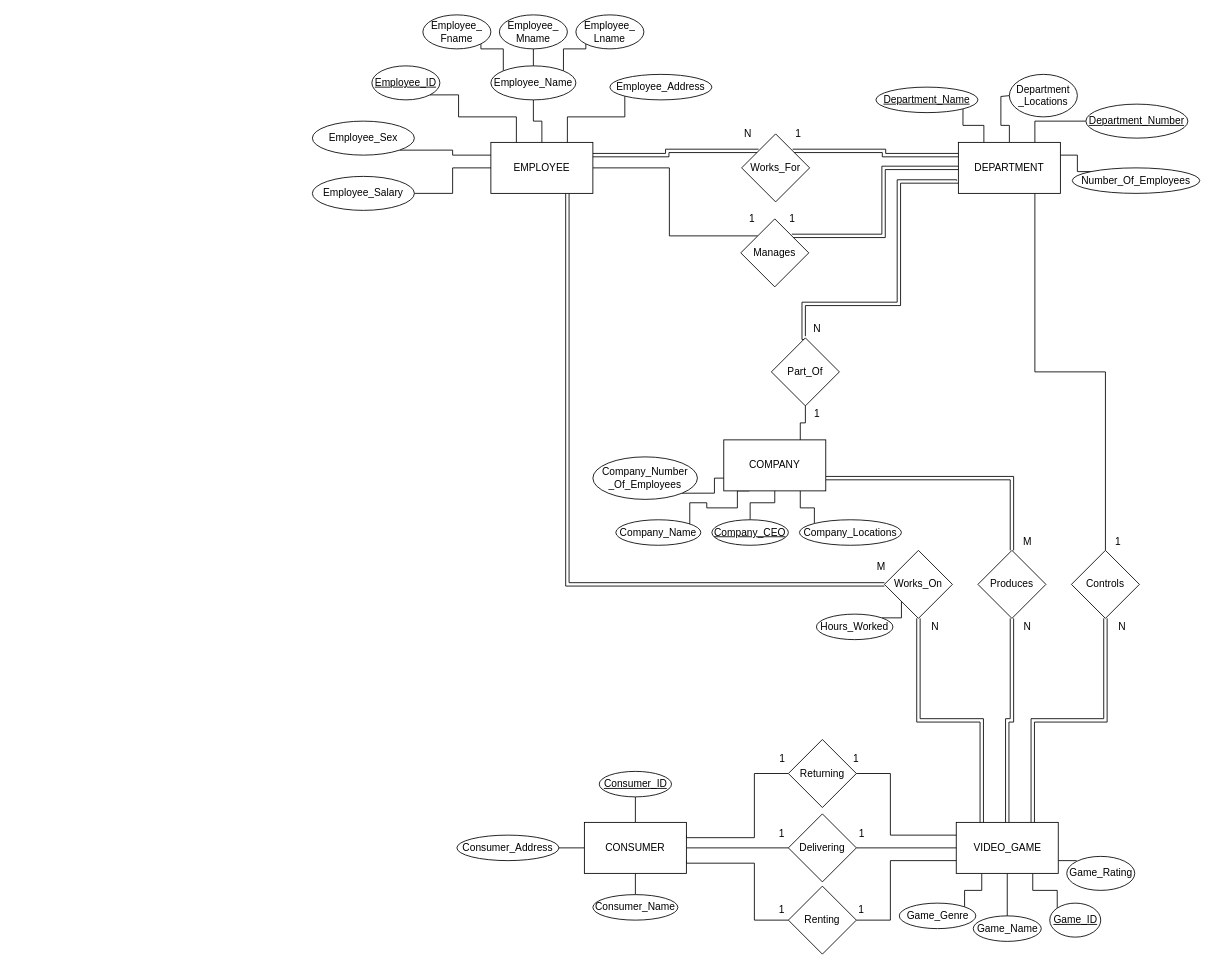
Above: page "ER_Diagram" (1 of 2) of Computer_Science_CS/4700_Database_Management/Database Management Project Enitity Relationship Diagram.drawio in CameronWFox/College_Courses (draw.io), before the change. Source tidied: cells renumbered, new cells numbered last; positions are measured from the earlier drawing's top-left corner, leaving out a move shared by most shapes. Both pictures are drawn from the tidied source at 85%, with x=0, y=0 at pixel (312, 14).
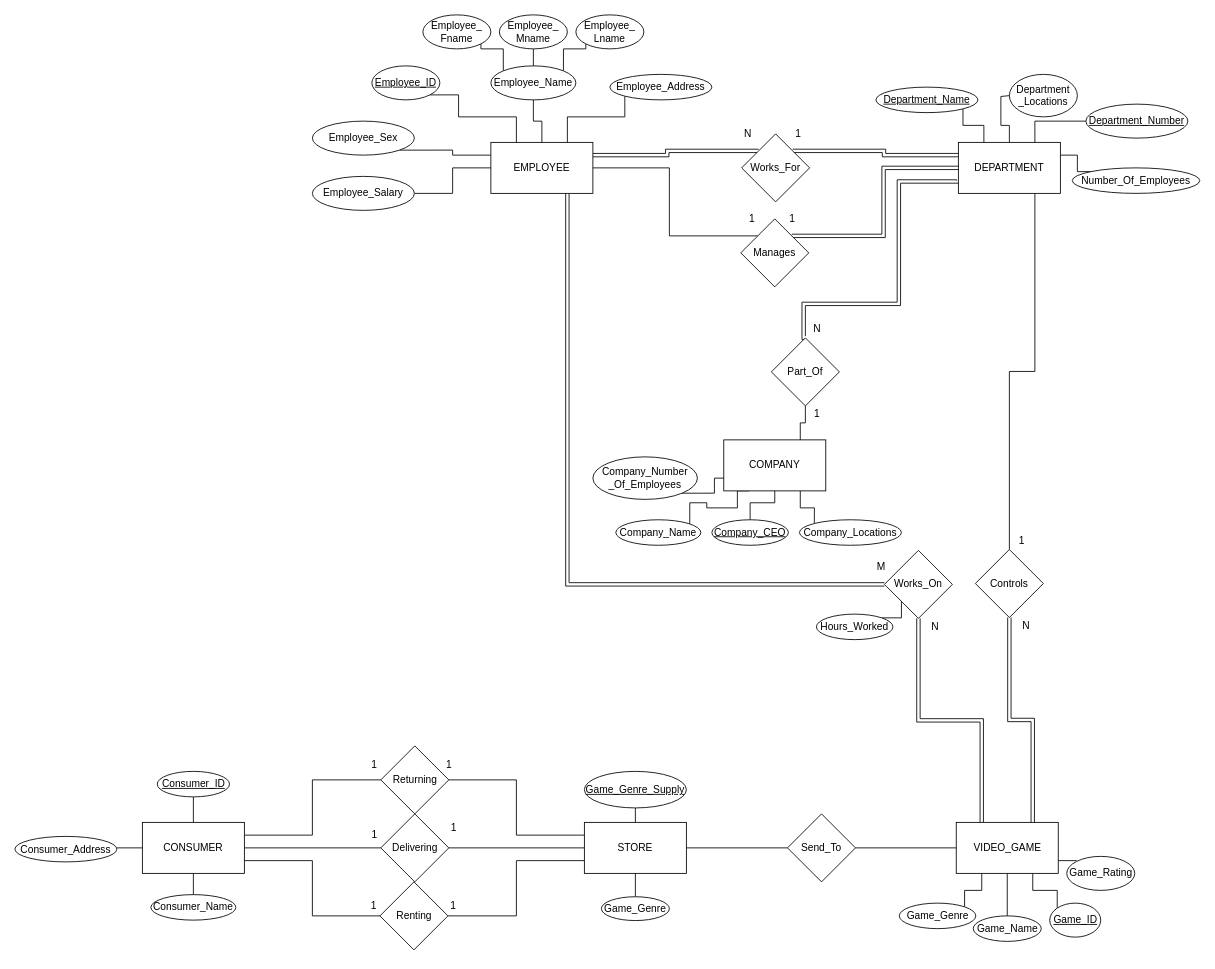
The same page after the edit.

The change refers to these unchanged cells:
```xml
<mxCell id="5" value="COMPANY" style="rounded=0;whiteSpace=wrap;html=1;" parent="1" vertex="1">
  <mxGeometry x="484" y="500" width="120" height="60" as="geometry" />
</mxCell>
<mxCell id="28" value="VIDEO_GAME" style="rounded=0;whiteSpace=wrap;html=1;" parent="1" vertex="1">
  <mxGeometry x="757.5" y="950" width="120" height="60" as="geometry" />
</mxCell>
```

Change to the diagram source:
```diff
@@
-    <mxCell id="2" style="edgeStyle=orthogonalEdgeStyle;rounded=0;jettySize=auto;html=1;exitX=1;exitY=0.75;exitDx=0;exitDy=0;entryX=0.5;entryY=0;entryDx=0;entryDy=0;endArrow=none;endFill=0;shape=link;" parent="1" edge="1" source="5" target="61">
-      <mxGeometry relative="1" as="geometry" />
-    </mxCell>
@@
     <mxCell id="17" style="edgeStyle=orthogonalEdgeStyle;rounded=0;jettySize=auto;html=1;exitX=1;exitY=0.25;exitDx=0;exitDy=0;entryX=0;entryY=0.5;entryDx=0;entryDy=0;endArrow=none;endFill=0;" parent="1" edge="1" source="23" target="67">
       <mxGeometry relative="1" as="geometry">
         <Array as="points">
-          <mxPoint x="520" y="968" />
-          <mxPoint x="520" y="892" />
+          <mxPoint y="965" />
+          <mxPoint y="900" />
         </Array>
       </mxGeometry>
     </mxCell>
     <mxCell id="18" style="edgeStyle=orthogonalEdgeStyle;rounded=0;jettySize=auto;html=1;exitX=1;exitY=0.75;exitDx=0;exitDy=0;entryX=0;entryY=0.5;entryDx=0;entryDy=0;endArrow=none;endFill=0;" parent="1" edge="1" source="23" target="65">
       <mxGeometry relative="1" as="geometry">
         <Array as="points">
-          <mxPoint x="440" y="998" />
-          <mxPoint x="520" y="998" />
-          <mxPoint x="520" y="1065" />
+          <mxPoint y="995" />
+          <mxPoint y="1060" />
         </Array>
       </mxGeometry>
     </mxCell>
@@
-    <mxCell id="21" style="edgeStyle=orthogonalEdgeStyle;rounded=0;jettySize=auto;html=1;exitX=0;exitY=0.5;exitDx=0;exitDy=0;entryX=1;entryY=0.5;entryDx=0;entryDy=0;endArrow=none;endFill=0;" parent="1" edge="1" source="23" target="94">
-      <mxGeometry relative="1" as="geometry" />
+    <mxCell id="21" style="edgeStyle=orthogonalEdgeStyle;rounded=0;jettySize=auto;html=1;exitX=0;exitY=0.5;exitDx=0;exitDy=0;entryX=1;entryY=0.5;entryDx=0;entryDy=0;endArrow=none;endFill=0;" parent="1" edge="1" source="23">
+      <mxGeometry relative="1" as="geometry">
+        <mxPoint x="-230" y="980" as="targetPoint" />
+      </mxGeometry>
     </mxCell>
@@
     <mxCell id="23" value="CONSUMER" style="rounded=0;whiteSpace=wrap;html=1;" parent="1" vertex="1">
-      <mxGeometry x="320" y="950" width="120" height="60" as="geometry" />
+      <mxGeometry x="-200" y="950" width="120" height="60" as="geometry" />
     </mxCell>
@@
+    <mxCell id="100" style="edgeStyle=orthogonalEdgeStyle;rounded=0;jettySize=auto;html=1;exitX=0;exitY=0.5;exitDx=0;exitDy=0;entryX=1;entryY=0.5;entryDx=0;entryDy=0;endArrow=none;endFill=0;" parent="1" edge="1" source="28" target="107">
+      <mxGeometry relative="1" as="geometry" />
+    </mxCell>
@@
     <mxCell id="59" value="Controls" style="rhombus;whiteSpace=wrap;html=1;" parent="1" vertex="1">
-      <mxGeometry x="893" y="630" width="80" height="80" as="geometry" />
+      <mxGeometry x="780" y="629" width="80" height="80" as="geometry" />
     </mxCell>
-    <mxCell id="60" style="edgeStyle=orthogonalEdgeStyle;rounded=0;jettySize=auto;html=1;exitX=0.5;exitY=1;exitDx=0;exitDy=0;entryX=0.5;entryY=0;entryDx=0;entryDy=0;endArrow=none;endFill=0;shape=link;" parent="1" edge="1" source="61" target="28">
-      <mxGeometry relative="1" as="geometry" />
-    </mxCell>
-    <mxCell id="61" value="Produces" style="rhombus;whiteSpace=wrap;html=1;" parent="1" vertex="1">
-      <mxGeometry x="783" y="630" width="80" height="80" as="geometry" />
-    </mxCell>
@@
-    <mxCell id="64" style="edgeStyle=orthogonalEdgeStyle;rounded=0;jettySize=auto;html=1;exitX=1;exitY=0.5;exitDx=0;exitDy=0;entryX=0;entryY=0.75;entryDx=0;entryDy=0;endArrow=none;endFill=0;" parent="1" edge="1" source="65" target="28">
-      <mxGeometry relative="1" as="geometry">
-        <Array as="points">
-          <mxPoint x="680" y="1065" />
-          <mxPoint x="680" y="995" />
-        </Array>
-      </mxGeometry>
-    </mxCell>
+    <mxCell id="101" style="edgeStyle=orthogonalEdgeStyle;rounded=0;jettySize=auto;html=1;exitX=1;exitY=0.5;exitDx=0;exitDy=0;entryX=0;entryY=0.75;entryDx=0;entryDy=0;endArrow=none;endFill=0;" parent="1" edge="1" source="65" target="105">
+      <mxGeometry relative="1" as="geometry">
+        <Array as="points">
+          <mxPoint x="240" y="1060" />
+          <mxPoint x="240" y="995" />
+        </Array>
+      </mxGeometry>
+    </mxCell>
     <mxCell id="65" value="Renting" style="rhombus;whiteSpace=wrap;html=1;" parent="1" vertex="1">
-      <mxGeometry x="560" y="1025" width="80" height="80" as="geometry" />
+      <mxGeometry x="79.5" y="1020" width="80" height="80" as="geometry" />
     </mxCell>
-    <mxCell id="66" style="edgeStyle=orthogonalEdgeStyle;rounded=0;jettySize=auto;html=1;exitX=1;exitY=0.5;exitDx=0;exitDy=0;entryX=0;entryY=0.25;entryDx=0;entryDy=0;endArrow=none;endFill=0;" parent="1" edge="1" source="67" target="28">
-      <mxGeometry relative="1" as="geometry">
-        <Array as="points">
-          <mxPoint x="680" y="892" />
-          <mxPoint x="680" y="965" />
-        </Array>
-      </mxGeometry>
-    </mxCell>
+    <mxCell id="102" style="edgeStyle=orthogonalEdgeStyle;rounded=0;jettySize=auto;html=1;exitX=1;exitY=0.5;exitDx=0;exitDy=0;entryX=0;entryY=0.25;entryDx=0;entryDy=0;endArrow=none;endFill=0;" parent="1" edge="1" source="67" target="105">
+      <mxGeometry relative="1" as="geometry">
+        <Array as="points">
+          <mxPoint x="240" y="900" />
+          <mxPoint x="240" y="965" />
+        </Array>
+      </mxGeometry>
+    </mxCell>
     <mxCell id="67" value="Returning" style="rhombus;whiteSpace=wrap;html=1;" parent="1" vertex="1">
-      <mxGeometry x="560" y="852.5" width="80" height="80" as="geometry" />
+      <mxGeometry x="80.5" y="860" width="80" height="80" as="geometry" />
     </mxCell>
@@
-    <mxCell id="80" value="M" style="text;html=1;strokeColor=none;fillColor=none;align=center;verticalAlign=middle;whiteSpace=wrap;rounded=0;" parent="1" vertex="1">
-      <mxGeometry x="833" y="610" width="17" height="20" as="geometry" />
-    </mxCell>
-    <mxCell id="81" value="N" style="text;html=1;strokeColor=none;fillColor=none;align=center;verticalAlign=middle;whiteSpace=wrap;rounded=0;" parent="1" vertex="1">
-      <mxGeometry x="833" y="710" width="17" height="20" as="geometry" />
-    </mxCell>
     <mxCell id="82" value="1" style="text;html=1;strokeColor=none;fillColor=none;align=center;verticalAlign=middle;whiteSpace=wrap;rounded=0;" parent="1" vertex="1">
-      <mxGeometry x="943" y="610" width="10" height="20" as="geometry" />
+      <mxGeometry x="830" y="609" width="10" height="20" as="geometry" />
     </mxCell>
     <mxCell id="83" value="N" style="text;html=1;strokeColor=none;fillColor=none;align=center;verticalAlign=middle;whiteSpace=wrap;rounded=0;" parent="1" vertex="1">
-      <mxGeometry x="943" y="710" width="20" height="20" as="geometry" />
+      <mxGeometry x="830" y="709" width="20" height="20" as="geometry" />
     </mxCell>
     <mxCell id="84" value="1" style="text;html=1;strokeColor=none;fillColor=none;align=center;verticalAlign=middle;whiteSpace=wrap;rounded=0;" parent="1" vertex="1">
-      <mxGeometry x="634" y="865" width="12" height="20" as="geometry" />
+      <mxGeometry x="154.5" y="872.5" width="12" height="20" as="geometry" />
     </mxCell>
     <mxCell id="85" value="1" style="text;html=1;strokeColor=none;fillColor=none;align=center;verticalAlign=middle;whiteSpace=wrap;rounded=0;" parent="1" vertex="1">
-      <mxGeometry x="638" y="1042.5" width="16" height="20" as="geometry" />
+      <mxGeometry x="157.5" y="1037.5" width="16" height="20" as="geometry" />
     </mxCell>
     <mxCell id="86" value="1" style="text;html=1;strokeColor=none;fillColor=none;align=center;verticalAlign=middle;whiteSpace=wrap;rounded=0;" parent="1" vertex="1">
-      <mxGeometry x="545" y="1042.5" width="15" height="20" as="geometry" />
+      <mxGeometry x="64.5" y="1037.5" width="15" height="20" as="geometry" />
     </mxCell>
     <mxCell id="87" value="1" style="text;html=1;strokeColor=none;fillColor=none;align=center;verticalAlign=middle;whiteSpace=wrap;rounded=0;" parent="1" vertex="1">
-      <mxGeometry x="546.5" y="865" width="12" height="20" as="geometry" />
+      <mxGeometry x="67" y="872.5" width="12" height="20" as="geometry" />
     </mxCell>
-    <mxCell id="88" style="edgeStyle=orthogonalEdgeStyle;rounded=0;jettySize=auto;html=1;exitX=1;exitY=0.5;exitDx=0;exitDy=0;entryX=0;entryY=0.5;entryDx=0;entryDy=0;endArrow=none;endFill=0;" parent="1" edge="1" source="89" target="28">
-      <mxGeometry relative="1" as="geometry" />
-    </mxCell>
+    <mxCell id="103" style="edgeStyle=orthogonalEdgeStyle;rounded=0;jettySize=auto;html=1;exitX=1;exitY=0.5;exitDx=0;exitDy=0;entryX=0;entryY=0.5;entryDx=0;entryDy=0;endArrow=none;endFill=0;" parent="1" edge="1" source="89" target="105">
+      <mxGeometry relative="1" as="geometry" />
+    </mxCell>
     <mxCell id="89" value="Delivering" style="rhombus;whiteSpace=wrap;html=1;" parent="1" vertex="1">
-      <mxGeometry x="560" y="940" width="80" height="80" as="geometry" />
+      <mxGeometry x="80.5" y="940" width="80" height="80" as="geometry" />
     </mxCell>
     <mxCell id="90" value="1" style="text;html=1;strokeColor=none;fillColor=none;align=center;verticalAlign=middle;whiteSpace=wrap;rounded=0;" parent="1" vertex="1">
-      <mxGeometry x="545" y="953.5" width="15" height="20" as="geometry" />
+      <mxGeometry x="65.5" y="955" width="15" height="20" as="geometry" />
     </mxCell>
     <mxCell id="91" value="1" style="text;html=1;strokeColor=none;fillColor=none;align=center;verticalAlign=middle;whiteSpace=wrap;rounded=0;" parent="1" vertex="1">
-      <mxGeometry x="638.5" y="953.5" width="15" height="20" as="geometry" />
+      <mxGeometry x="158.5" y="946.5" width="15" height="20" as="geometry" />
     </mxCell>
     <mxCell id="92" value="Consumer_ID" style="ellipse;whiteSpace=wrap;html=1;fontStyle=4;" parent="1" vertex="1">
-      <mxGeometry x="337.5" y="890" width="85" height="30" as="geometry" />
+      <mxGeometry x="-182.5" y="890" width="85" height="30" as="geometry" />
     </mxCell>
     <mxCell id="93" value="Consumer_Name" style="ellipse;whiteSpace=wrap;html=1;" parent="1" vertex="1">
-      <mxGeometry x="330" y="1035" width="100" height="30" as="geometry" />
+      <mxGeometry x="-190" y="1035" width="100" height="30" as="geometry" />
     </mxCell>
     <mxCell id="94" value="Consumer_Address" style="ellipse;whiteSpace=wrap;html=1;" parent="1" vertex="1">
-      <mxGeometry x="170" y="965" width="120" height="30" as="geometry" />
+      <mxGeometry x="-350" y="966.5" width="120" height="30" as="geometry" />
     </mxCell>
@@
+    <mxCell id="104" style="edgeStyle=orthogonalEdgeStyle;rounded=0;jettySize=auto;html=1;exitX=0.5;exitY=0;exitDx=0;exitDy=0;entryX=0.5;entryY=1;entryDx=0;entryDy=0;endArrow=none;endFill=0;" parent="1" edge="1" source="105" target="108">
+      <mxGeometry relative="1" as="geometry" />
+    </mxCell>
+    <mxCell id="105" value="STORE" style="rounded=0;whiteSpace=wrap;html=1;" parent="1" vertex="1">
+      <mxGeometry x="320" y="950" width="120" height="60" as="geometry" />
+    </mxCell>
+    <mxCell id="106" style="edgeStyle=orthogonalEdgeStyle;rounded=0;jettySize=auto;html=1;exitX=0;exitY=0.5;exitDx=0;exitDy=0;entryX=1;entryY=0.5;entryDx=0;entryDy=0;endArrow=none;endFill=0;" parent="1" edge="1" source="107" target="105">
+      <mxGeometry relative="1" as="geometry" />
+    </mxCell>
+    <mxCell id="107" value="Send_To" style="rhombus;whiteSpace=wrap;html=1;" parent="1" vertex="1">
+      <mxGeometry x="559" y="940" width="80" height="80" as="geometry" />
+    </mxCell>
+    <mxCell id="108" value="Game_Genre_Supply" style="ellipse;whiteSpace=wrap;html=1;fontStyle=4;" parent="1" vertex="1">
+      <mxGeometry x="320" y="890" width="120" height="43" as="geometry" />
+    </mxCell>
+    <mxCell id="109" style="edgeStyle=orthogonalEdgeStyle;rounded=0;jettySize=auto;html=1;exitX=0.5;exitY=0;exitDx=0;exitDy=0;entryX=0.5;entryY=1;entryDx=0;entryDy=0;endArrow=none;endFill=0;" parent="1" edge="1" source="110" target="105">
+      <mxGeometry relative="1" as="geometry" />
+    </mxCell>
+    <mxCell id="110" value="Game_Genre" style="ellipse;whiteSpace=wrap;html=1;" parent="1" vertex="1">
+      <mxGeometry x="340" y="1037.5" width="80" height="28" as="geometry" />
+    </mxCell>
```
